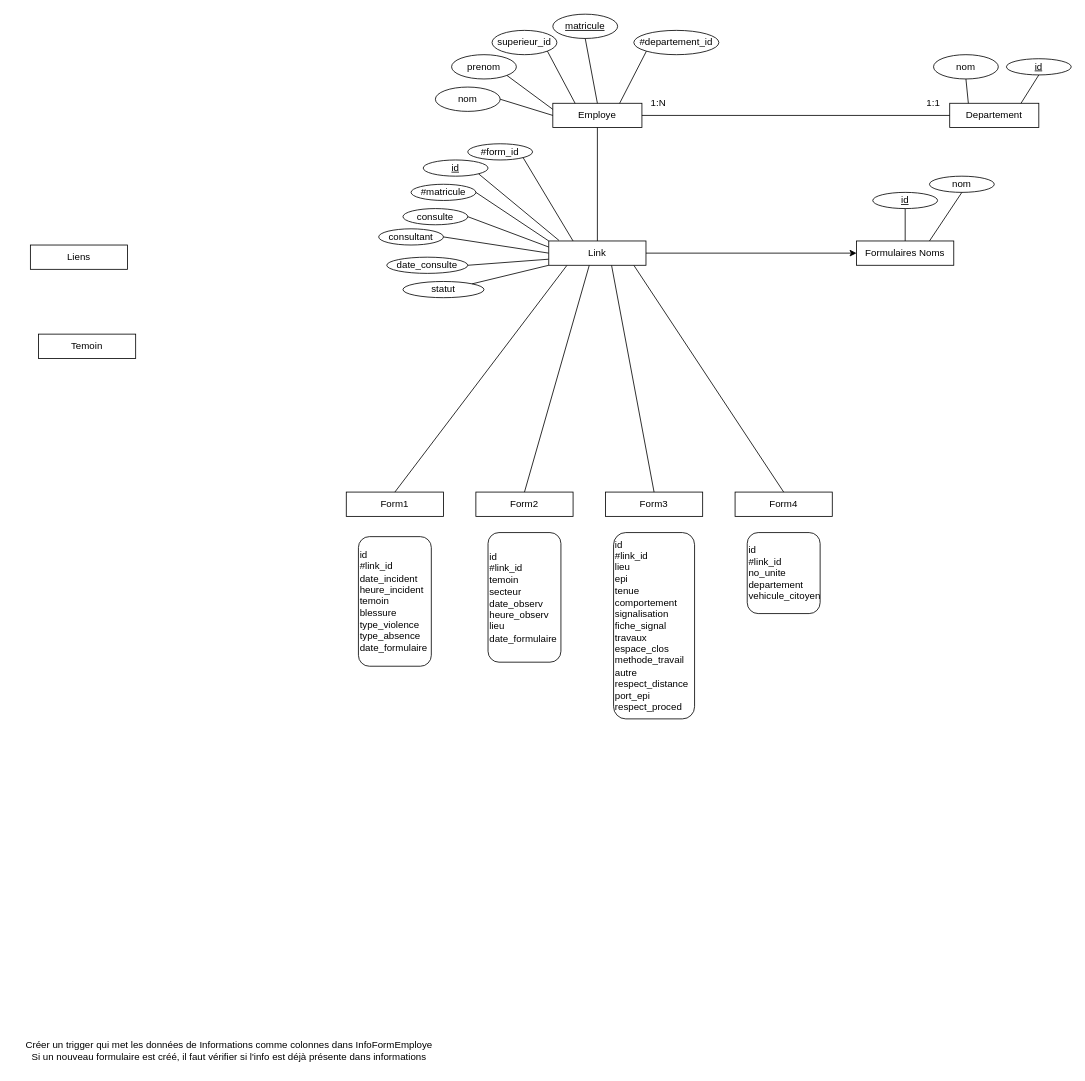
Earlier version of the draw.io diagram Notes/BDD/BDD.drawio (antoineg94/Projet-integration). Source tidied: cells renumbered, new cells numbered last; positions are measured from the earlier drawing's top-left corner, leaving out a move shared by most shapes. Both pictures are drawn from the tidied source at 81%, with x=0, y=0 at pixel (14, 14).
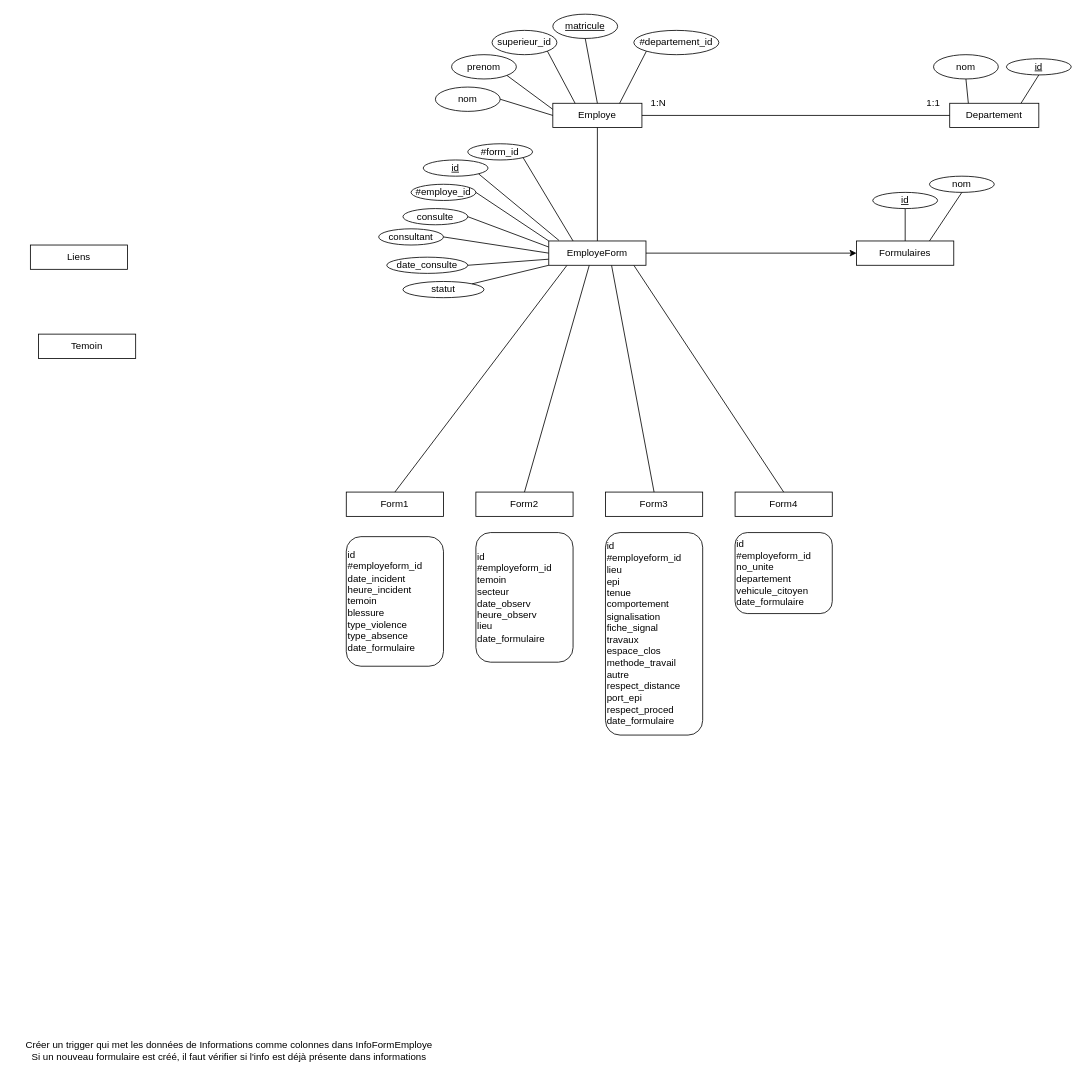
The same page after the edit.

Change to the diagram source:
```diff
@@
-    <mxCell id="33" value="id&lt;br&gt;#link_id&lt;br&gt;&lt;span style=&quot;background-color: initial;&quot;&gt;date_incident&lt;/span&gt;&lt;br&gt;&lt;div style=&quot;&quot;&gt;heure_incident&lt;/div&gt;&lt;div style=&quot;&quot;&gt;temoin&lt;/div&gt;&lt;div style=&quot;&quot;&gt;blessure&lt;/div&gt;&lt;div style=&quot;&quot;&gt;type_violence&lt;/div&gt;&lt;div style=&quot;&quot;&gt;type_absence&lt;/div&gt;&lt;div style=&quot;&quot;&gt;date_formulaire&lt;/div&gt;" style="rounded=1;whiteSpace=wrap;html=1;align=left;" parent="1" vertex="1">
-      <mxGeometry x="425" y="645" width="90" height="160" as="geometry" />
+    <mxCell id="33" value="id&lt;br&gt;#employeform_id&lt;br&gt;&lt;span style=&quot;background-color: initial;&quot;&gt;date_incident&lt;/span&gt;&lt;br&gt;&lt;div style=&quot;&quot;&gt;heure_incident&lt;/div&gt;&lt;div style=&quot;&quot;&gt;temoin&lt;/div&gt;&lt;div style=&quot;&quot;&gt;blessure&lt;/div&gt;&lt;div style=&quot;&quot;&gt;type_violence&lt;/div&gt;&lt;div style=&quot;&quot;&gt;type_absence&lt;/div&gt;&lt;div style=&quot;&quot;&gt;date_formulaire&lt;/div&gt;" style="rounded=1;whiteSpace=wrap;html=1;align=left;" parent="1" vertex="1">
+      <mxGeometry x="410" y="645" width="120" height="160" as="geometry" />
     </mxCell>
-    <mxCell id="34" value="id&lt;br&gt;#link_id&lt;br&gt;&lt;span style=&quot;background-color: initial;&quot;&gt;temoin&lt;/span&gt;&lt;br&gt;&lt;div style=&quot;&quot;&gt;secteur&lt;/div&gt;&lt;div style=&quot;&quot;&gt;date_observ&lt;/div&gt;&lt;div style=&quot;&quot;&gt;heure_observ&lt;/div&gt;&lt;div style=&quot;&quot;&gt;lieu&lt;/div&gt;&lt;div style=&quot;&quot;&gt;date_formulaire&lt;/div&gt;" style="rounded=1;whiteSpace=wrap;html=1;align=left;" parent="1" vertex="1">
-      <mxGeometry x="585" y="640" width="90" height="160" as="geometry" />
+    <mxCell id="34" value="id&lt;br&gt;#employeform_id&lt;br&gt;&lt;span style=&quot;background-color: initial;&quot;&gt;temoin&lt;/span&gt;&lt;br&gt;&lt;div style=&quot;&quot;&gt;secteur&lt;/div&gt;&lt;div style=&quot;&quot;&gt;date_observ&lt;/div&gt;&lt;div style=&quot;&quot;&gt;heure_observ&lt;/div&gt;&lt;div style=&quot;&quot;&gt;lieu&lt;/div&gt;&lt;div style=&quot;&quot;&gt;date_formulaire&lt;/div&gt;" style="rounded=1;whiteSpace=wrap;html=1;align=left;" parent="1" vertex="1">
+      <mxGeometry x="570" y="640" width="120" height="160" as="geometry" />
     </mxCell>
-    <mxCell id="35" value="id&lt;br style=&quot;border-color: var(--border-color);&quot;&gt;#link_id&lt;br&gt;lieu&lt;br style=&quot;border-color: var(--border-color);&quot;&gt;&lt;div style=&quot;border-color: var(--border-color);&quot;&gt;epi&lt;/div&gt;&lt;div style=&quot;border-color: var(--border-color);&quot;&gt;tenue&lt;/div&gt;&lt;div style=&quot;border-color: var(--border-color);&quot;&gt;comportement&lt;/div&gt;&lt;div style=&quot;border-color: var(--border-color);&quot;&gt;signalisation&lt;/div&gt;&lt;div style=&quot;border-color: var(--border-color);&quot;&gt;fiche_signal&lt;/div&gt;&lt;div style=&quot;border-color: var(--border-color);&quot;&gt;travaux&lt;/div&gt;&lt;div style=&quot;border-color: var(--border-color);&quot;&gt;espace_clos&lt;/div&gt;&lt;div style=&quot;border-color: var(--border-color);&quot;&gt;methode_travail&lt;/div&gt;&lt;div style=&quot;border-color: var(--border-color);&quot;&gt;autre&lt;/div&gt;&lt;div style=&quot;border-color: var(--border-color);&quot;&gt;respect_distance&lt;/div&gt;&lt;div style=&quot;border-color: var(--border-color);&quot;&gt;port_epi&lt;/div&gt;&lt;div style=&quot;border-color: var(--border-color);&quot;&gt;respect_proced&lt;/div&gt;" style="rounded=1;whiteSpace=wrap;html=1;align=left;" parent="1" vertex="1">
-      <mxGeometry x="740" y="640" width="100" height="230" as="geometry" />
+    <mxCell id="35" value="id&lt;br style=&quot;border-color: var(--border-color);&quot;&gt;#employeform_id&lt;br&gt;lieu&lt;br style=&quot;border-color: var(--border-color);&quot;&gt;&lt;div style=&quot;border-color: var(--border-color);&quot;&gt;epi&lt;/div&gt;&lt;div style=&quot;border-color: var(--border-color);&quot;&gt;tenue&lt;/div&gt;&lt;div style=&quot;border-color: var(--border-color);&quot;&gt;comportement&lt;/div&gt;&lt;div style=&quot;border-color: var(--border-color);&quot;&gt;signalisation&lt;/div&gt;&lt;div style=&quot;border-color: var(--border-color);&quot;&gt;fiche_signal&lt;/div&gt;&lt;div style=&quot;border-color: var(--border-color);&quot;&gt;travaux&lt;/div&gt;&lt;div style=&quot;border-color: var(--border-color);&quot;&gt;espace_clos&lt;/div&gt;&lt;div style=&quot;border-color: var(--border-color);&quot;&gt;methode_travail&lt;/div&gt;&lt;div style=&quot;border-color: var(--border-color);&quot;&gt;autre&lt;/div&gt;&lt;div style=&quot;border-color: var(--border-color);&quot;&gt;respect_distance&lt;/div&gt;&lt;div style=&quot;border-color: var(--border-color);&quot;&gt;port_epi&lt;/div&gt;&lt;div style=&quot;border-color: var(--border-color);&quot;&gt;respect_proced&lt;/div&gt;&lt;div style=&quot;border-color: var(--border-color);&quot;&gt;date_formulaire&lt;/div&gt;" style="rounded=1;whiteSpace=wrap;html=1;align=left;" parent="1" vertex="1">
+      <mxGeometry x="730" y="640" width="120" height="250" as="geometry" />
     </mxCell>
-    <mxCell id="36" value="id&lt;br style=&quot;border-color: var(--border-color);&quot;&gt;#link_id&lt;br&gt;no_unite&lt;br&gt;departement&lt;br&gt;vehicule_citoyen" style="rounded=1;whiteSpace=wrap;html=1;align=left;" parent="1" vertex="1">
-      <mxGeometry x="905" y="640" width="90" height="100" as="geometry" />
+    <mxCell id="36" value="id&lt;br style=&quot;border-color: var(--border-color);&quot;&gt;#employeform_id&lt;br&gt;no_unite&lt;br&gt;departement&lt;br&gt;vehicule_citoyen&lt;br&gt;date_formulaire" style="rounded=1;whiteSpace=wrap;html=1;align=left;" parent="1" vertex="1">
+      <mxGeometry x="890" y="640" width="120" height="100" as="geometry" />
     </mxCell>
@@
-    <mxCell id="42" value="Formulaires Noms" style="rounded=0;whiteSpace=wrap;html=1;" parent="1" vertex="1">
+    <mxCell id="42" value="Formulaires" style="rounded=0;whiteSpace=wrap;html=1;" parent="1" vertex="1">
       <mxGeometry x="1040" y="280" width="120" height="30" as="geometry" />
     </mxCell>
@@
-    <mxCell id="44" value="Link" style="rounded=0;whiteSpace=wrap;html=1;" parent="1" vertex="1">
+    <mxCell id="44" value="EmployeForm" style="rounded=0;whiteSpace=wrap;html=1;" parent="1" vertex="1">
       <mxGeometry x="660" y="280" width="120" height="30" as="geometry" />
     </mxCell>
@@
-    <mxCell id="54" value="#matricule" style="ellipse;whiteSpace=wrap;html=1;" parent="1" vertex="1">
+    <mxCell id="54" value="#employe_id" style="ellipse;whiteSpace=wrap;html=1;" parent="1" vertex="1">
       <mxGeometry x="490" y="210" width="80" height="20" as="geometry" />
     </mxCell>
```
